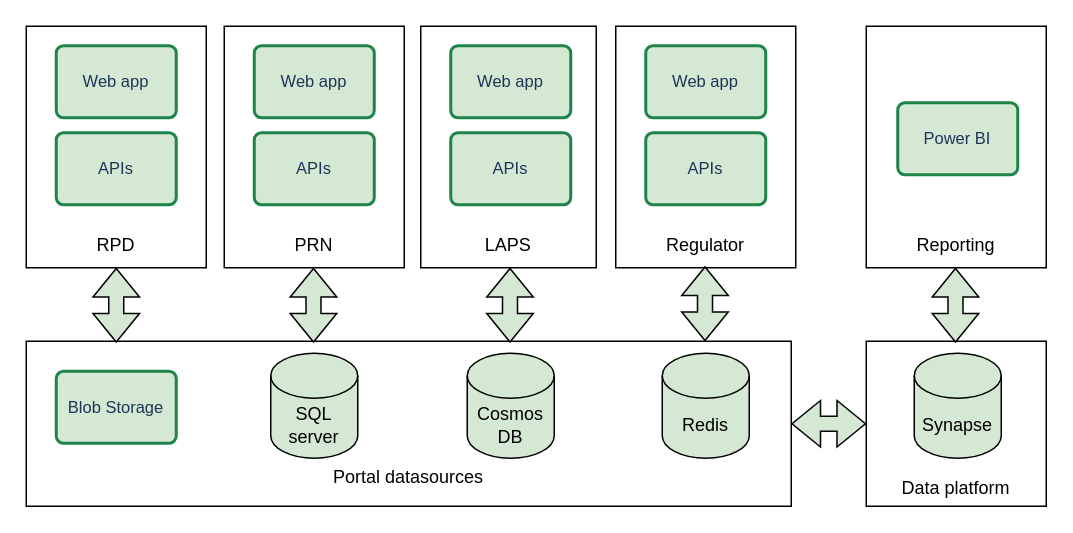
Earlier version of the draw.io diagram epr-images/figure-6.0-internal-structure-pepr.drawio (DaveOliver253/EPR-SADD-DO). Source tidied: cells renumbered, new cells numbered last; positions are measured from the earlier drawing's top-left corner, leaving out a move shared by most shapes. Both pictures are drawn from the tidied source at 150%, with x=0, y=0 at pixel (26, 26).
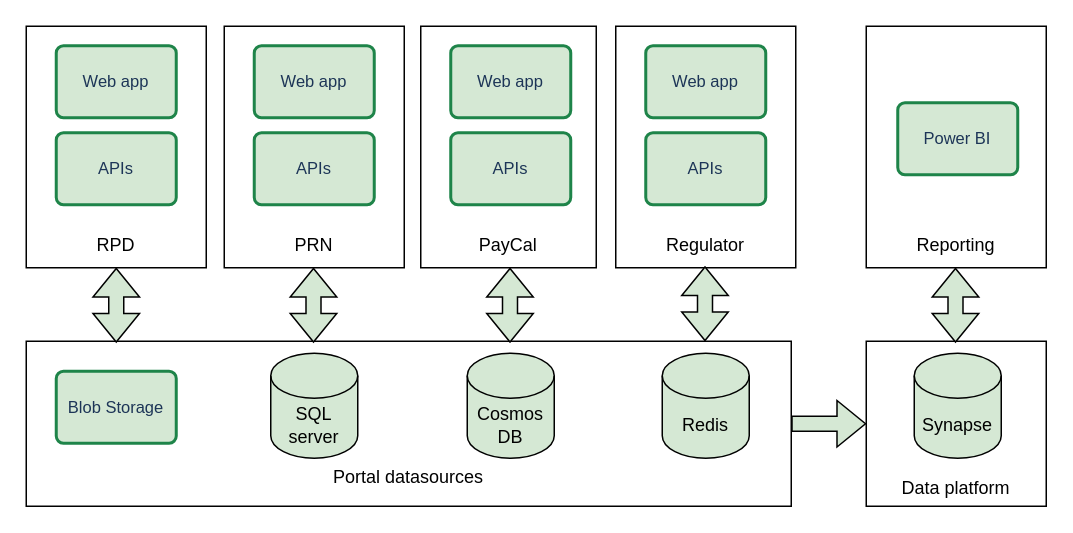
The same diagram, later.

Commit message:
Update figure-6.0: replace LAPS with PayCal, fix Synapse arrow to one-directional

The change refers to these unchanged cells:
```xml
<mxCell id="15" value="&lt;div&gt;&lt;br&gt;&lt;/div&gt;&lt;div&gt;&lt;br&gt;&lt;/div&gt;&lt;div&gt;&lt;br&gt;&lt;/div&gt;&lt;div&gt;&lt;br&gt;&lt;/div&gt;&lt;div&gt;&lt;br&gt;&lt;/div&gt;&lt;div&gt;Portal datasources&lt;/div&gt;" style="rounded=0;whiteSpace=wrap;html=1;" parent="1" vertex="1">
  <mxGeometry y="210" width="510" height="110" as="geometry" />
</mxCell>
<mxCell id="18" value="&lt;div&gt;&lt;br&gt;&lt;/div&gt;&lt;div&gt;&lt;br&gt;&lt;/div&gt;&lt;div&gt;&lt;br&gt;&lt;/div&gt;&lt;div&gt;&lt;br&gt;&lt;/div&gt;&lt;div&gt;&lt;br&gt;&lt;/div&gt;&lt;div&gt;&lt;br&gt;&lt;/div&gt;&lt;div&gt;Data platform&lt;/div&gt;" style="rounded=0;whiteSpace=wrap;html=1;" parent="1" vertex="1">
  <mxGeometry x="560" y="210" width="120" height="110" as="geometry" />
</mxCell>
```

Change to the diagram source:
```diff
@@
-    <mxCell id="9" value="&lt;div&gt;&lt;br&gt;&lt;/div&gt;&lt;div&gt;&lt;br&gt;&lt;/div&gt;&lt;div&gt;&lt;br&gt;&lt;/div&gt;&lt;div&gt;&lt;br&gt;&lt;/div&gt;&lt;div&gt;&lt;br&gt;&lt;/div&gt;&lt;div&gt;&lt;br&gt;&lt;/div&gt;&lt;div&gt;&lt;br&gt;&lt;/div&gt;&lt;div&gt;&lt;br&gt;&lt;/div&gt;&lt;div&gt;&lt;br&gt;&lt;/div&gt;&lt;div&gt;LAPS&lt;/div&gt;" style="rounded=0;whiteSpace=wrap;html=1;" parent="1" vertex="1">
+    <mxCell id="9" value="&lt;div&gt;&lt;br&gt;&lt;/div&gt;&lt;div&gt;&lt;br&gt;&lt;/div&gt;&lt;div&gt;&lt;br&gt;&lt;/div&gt;&lt;div&gt;&lt;br&gt;&lt;/div&gt;&lt;div&gt;&lt;br&gt;&lt;/div&gt;&lt;div&gt;&lt;br&gt;&lt;/div&gt;&lt;div&gt;&lt;br&gt;&lt;/div&gt;&lt;div&gt;&lt;br&gt;&lt;/div&gt;&lt;div&gt;&lt;br&gt;&lt;/div&gt;&lt;div&gt;PayCal&lt;/div&gt;" style="rounded=0;whiteSpace=wrap;html=1;" parent="1" vertex="1">
       <mxGeometry x="263" width="117" height="161" as="geometry" />
     </mxCell>
@@
-    <mxCell id="28" style="shape=flexArrow;endArrow=classic;startArrow=classic;html=1;rounded=0;entryX=1;entryY=0.5;entryDx=0;entryDy=0;strokeColor=#000000;fillColor=#D5E8D4;exitX=0;exitY=0.5;exitDx=0;exitDy=0;" parent="1" edge="1" source="18" target="15">
+    <mxCell id="28" style="shape=flexArrow;endArrow=classic;startArrow=none;html=1;rounded=0;entryX=0;entryY=0.5;entryDx=0;entryDy=0;strokeColor=#000000;fillColor=#D5E8D4;exitX=1;exitY=0.5;exitDx=0;exitDy=0;" parent="1" edge="1" source="15" target="18">
       <mxGeometry relative="1" as="geometry" />
     </mxCell>
```
